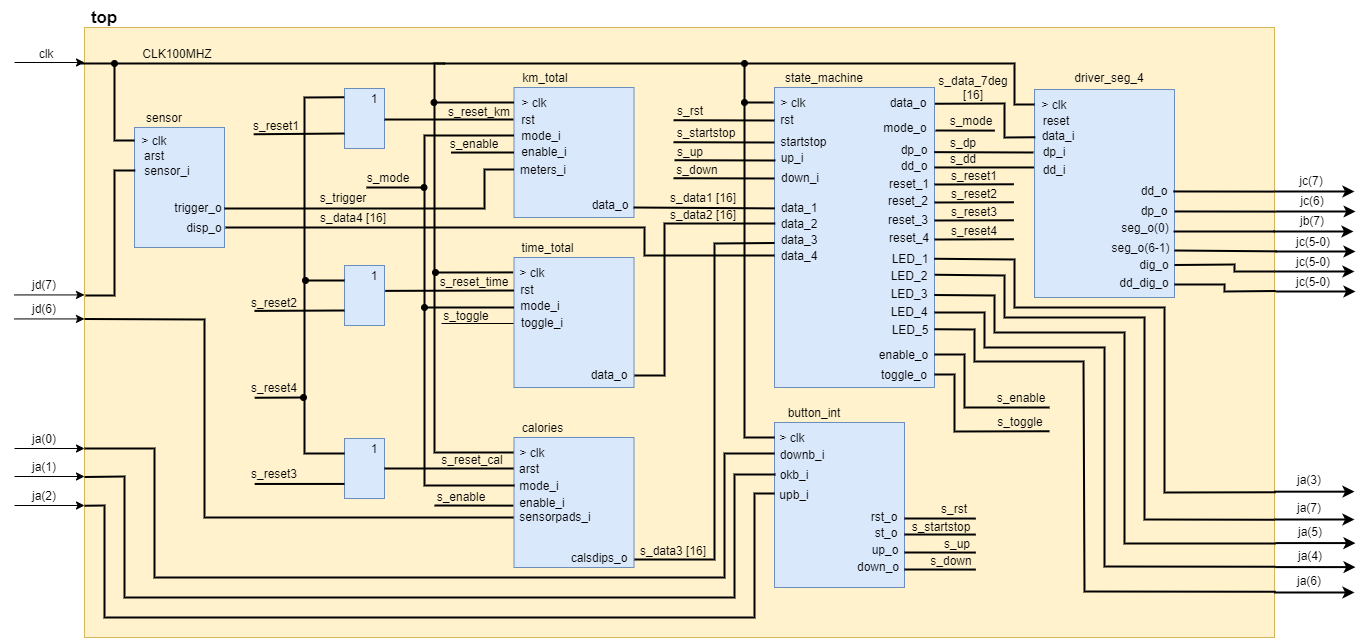
mkousal/Digital-electronics-1-Tachometer keeps this draw.io diagram as images/top_tachometer.png. Above is the earlier version. Source tidied: cells renumbered, new cells last; positions are measured from the earlier drawing's top-left corner, leaving out a move shared by most shapes.
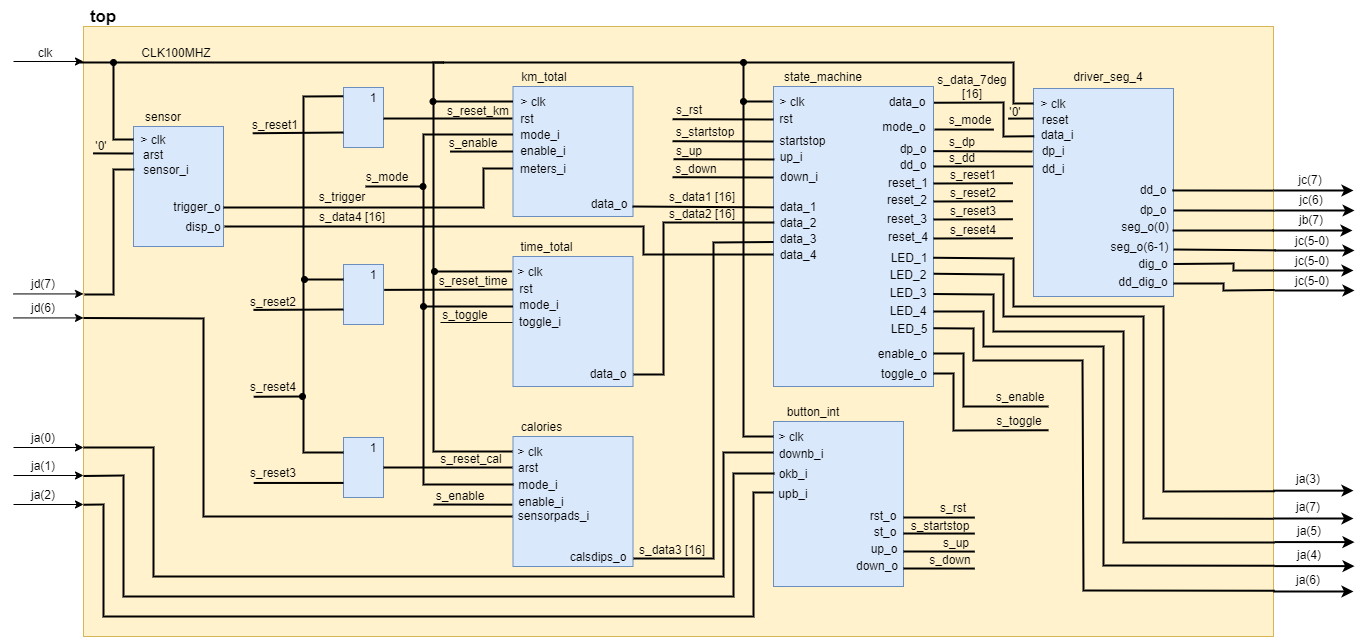
The same diagram one commit later.

Commit message:
add repaired top schema

Diff of the diagram source:
```diff
@@ -954,5 +954,21 @@
     <mxCell id="228" value="s_toggle" style="text;html=1;strokeColor=none;fillColor=none;align=center;verticalAlign=middle;whiteSpace=wrap;rounded=0;" parent="1" vertex="1">
       <mxGeometry x="432" y="298" width="40" height="20" as="geometry" />
     </mxCell>
+    <mxCell id="229" style="endArrow=none;html=1;strokeWidth=2;exitX=0.008;exitY=0.208;exitDx=0;exitDy=0;exitPerimeter=0;" parent="1" edge="1" source="2">
+      <mxGeometry relative="1" as="geometry">
+        <mxPoint x="120" y="147" as="targetPoint" />
+      </mxGeometry>
+    </mxCell>
+    <mxCell id="230" value="'0'" style="text;html=1;strokeColor=none;fillColor=none;align=center;verticalAlign=middle;whiteSpace=wrap;rounded=0;" parent="1" vertex="1">
+      <mxGeometry x="68" y="129" width="40" height="20" as="geometry" />
+    </mxCell>
+    <mxCell id="231" style="endArrow=none;html=1;strokeWidth=2;exitX=0.777;exitY=0.151;exitDx=0;exitDy=0;exitPerimeter=0;" parent="1" edge="1" source="2">
+      <mxGeometry relative="1" as="geometry">
+        <mxPoint x="1020" y="112" as="targetPoint" />
+      </mxGeometry>
+    </mxCell>
+    <mxCell id="232" value="'0'" style="text;html=1;strokeColor=none;fillColor=none;align=center;verticalAlign=middle;whiteSpace=wrap;rounded=0;" parent="1" vertex="1">
+      <mxGeometry x="982" y="95" width="40" height="20" as="geometry" />
+    </mxCell>
   </root>
 </mxGraphModel>
```
